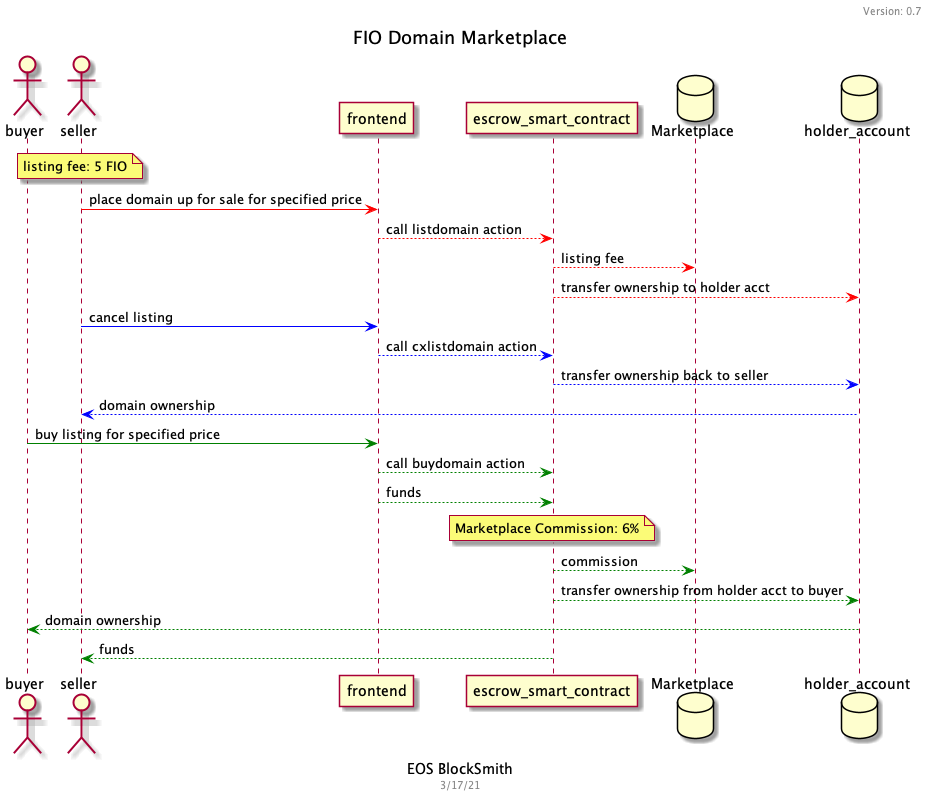
iwill610/FDM_UMLsd keeps this PlantUML diagram as FIO Domain Marketplace.png. Above is the earlier version.
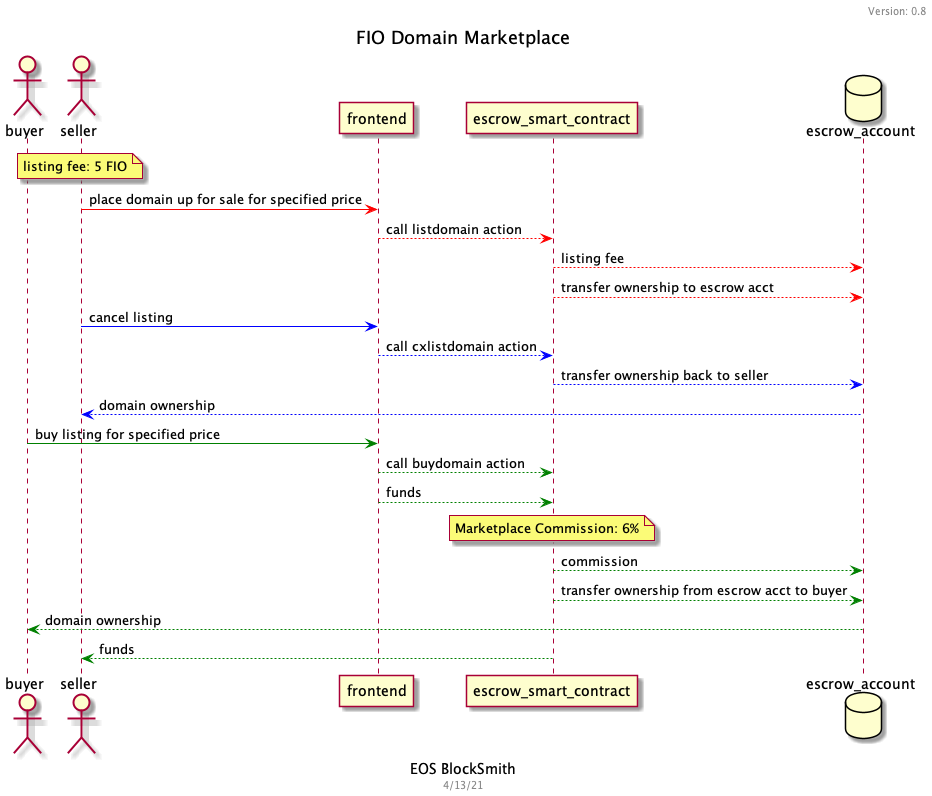
The same file after the commit.

The edit, as a diff of the source:
```diff
@@ -3,16 +3,16 @@
 
 
 Title FIO Domain Marketplace
-header Version: 0.7
+header Version: 0.8
 caption EOS BlockSmith
-footer 3/17/21
+footer 4/13/21
 
 actor buyer
 actor seller
 participant frontend
 participant escrow_smart_contract as sc
-database Marketplace as mp
-database holder_account as acct2
+database escrow_account as mp
+
 
 note over seller: listing fee: 5 FIO
 
@@ -20,14 +20,14 @@
 
 frontend -[#Red]-> sc: call listdomain action
 sc -[#Red]-> mp: listing fee
-sc -[#Red]-> acct2: transfer ownership to holder acct
+sc -[#Red]-> mp: transfer ownership to escrow acct
 
 seller -[#Blue]> frontend: cancel listing
 
 frontend -[#Blue]-> sc: call cxlistdomain action
 
-sc -[#Blue]-> acct2: transfer ownership back to seller
-acct2 -[#Blue]-> seller: domain ownership
+sc -[#Blue]-> mp: transfer ownership back to seller
+mp -[#Blue]-> seller: domain ownership
 
 
 
@@ -40,11 +40,11 @@
 
 sc -[#Green]-> mp: commission
 
-sc -[#Green]-> acct2: transfer ownership from holder acct to buyer
+sc -[#Green]-> mp: transfer ownership from escrow acct to buyer
 
 
 
-acct2 -[#Green]-> buyer: domain ownership
+mp -[#Green]-> buyer: domain ownership
 sc -[#Green]-> seller: funds
 
 
```
